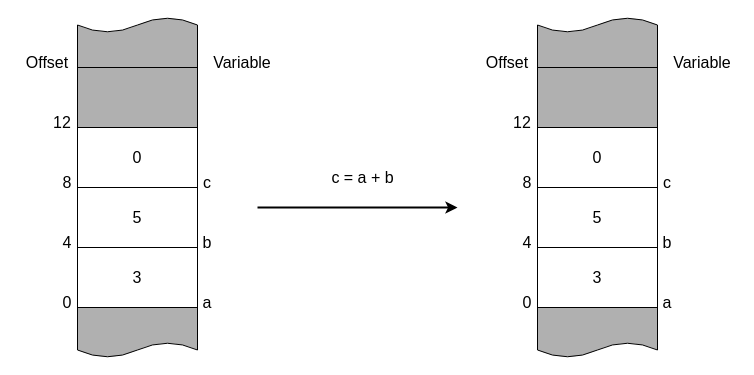
z-adams/Tutorials keeps this draw.io diagram as Pointers/diagrams/mem.drawio. Above is the earlier version. Source tidied: cells renumbered, new cells numbered last; positions are measured from the earlier drawing's top-left corner, leaving out a move shared by most shapes. Both pictures are drawn from the tidied source at 100%, with x=0, y=0 at pixel (17, 17).
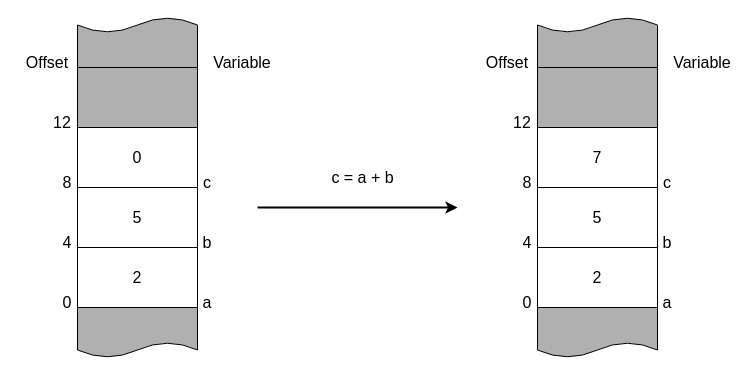
The same page after the edit.

Change to the diagram source:
```diff
@@
-    <mxCell id="4" value="3" style="rounded=0;whiteSpace=wrap;html=1;fontSize=16;" parent="1" vertex="1">
+    <mxCell id="4" value="2" style="rounded=0;whiteSpace=wrap;html=1;fontSize=16;" parent="1" vertex="1">
       <mxGeometry x="60" y="230" width="120" height="60" as="geometry" />
     </mxCell>
@@
-    <mxCell id="19" value="3" style="rounded=0;whiteSpace=wrap;html=1;fontSize=16;" parent="1" vertex="1">
+    <mxCell id="19" value="2" style="rounded=0;whiteSpace=wrap;html=1;fontSize=16;" parent="1" vertex="1">
       <mxGeometry x="520" y="230" width="120" height="60" as="geometry" />
     </mxCell>
@@
-    <mxCell id="21" value="0" style="rounded=0;whiteSpace=wrap;html=1;fontSize=16;" parent="1" vertex="1">
+    <mxCell id="21" value="7" style="rounded=0;whiteSpace=wrap;html=1;fontSize=16;" parent="1" vertex="1">
       <mxGeometry x="520" y="110" width="120" height="60" as="geometry" />
     </mxCell>
```
